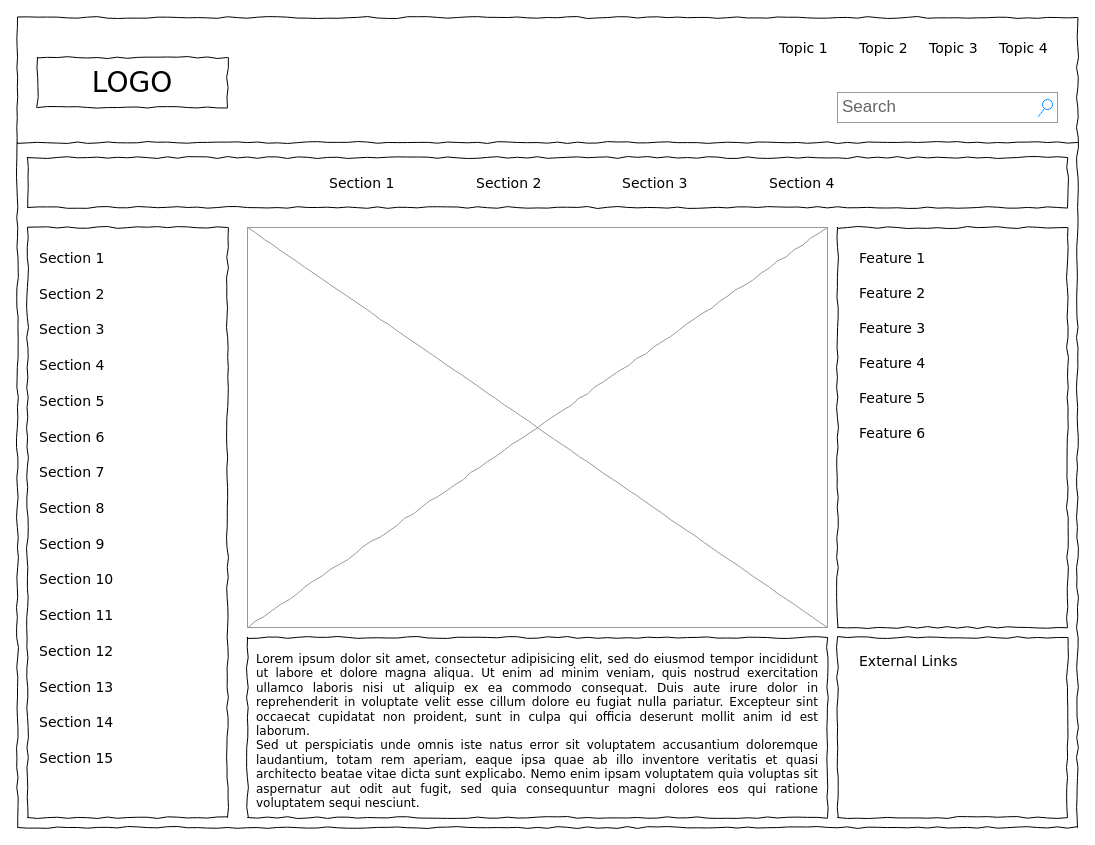
E2dwhy/supply-chain-mgt-system keeps this draw.io diagram as Untitled Diagram.drawio. Above is the earlier version. Source tidied: cells renumbered, new cells numbered last; positions are measured from the earlier drawing's top-left corner, leaving out a move shared by most shapes. Both pictures are drawn from the tidied source at 100%, with x=0, y=0 at pixel (17, 17).
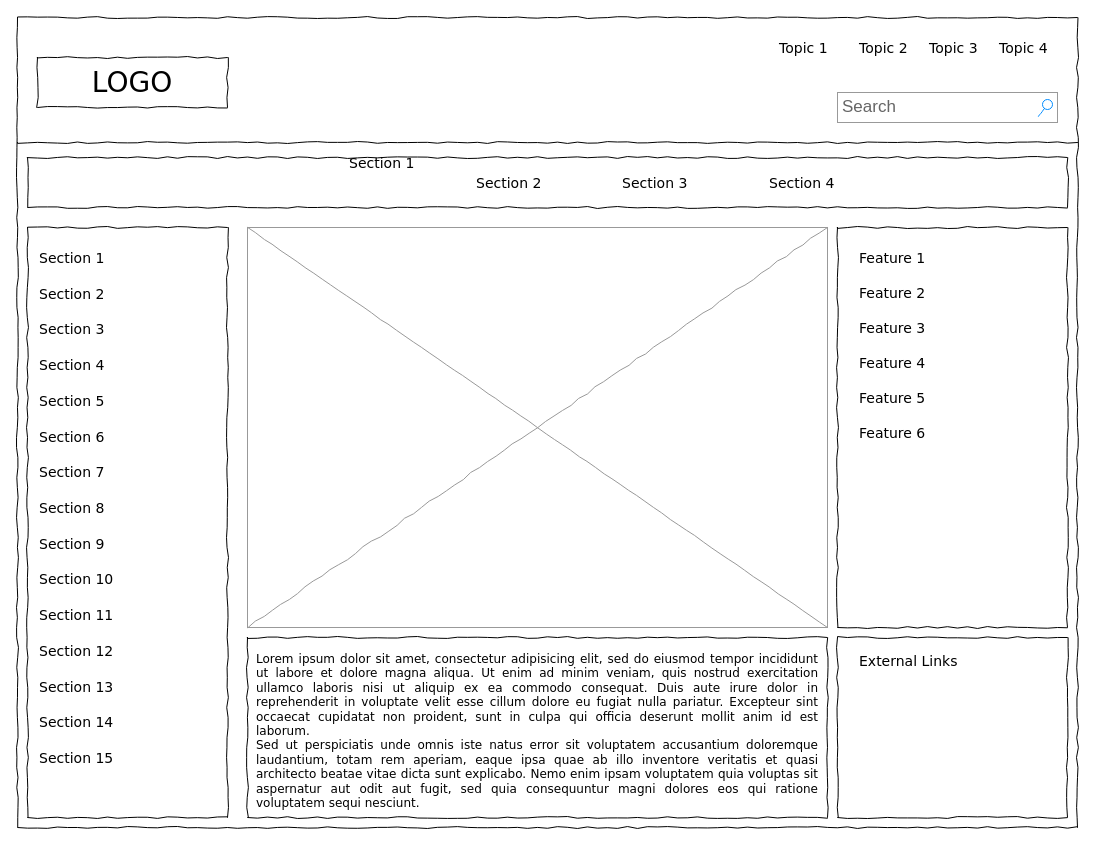
The same diagram, later.

Commit message:
SUPLLY CHAIN MGT SYSTEM

What changed in the source:
```diff
@@
-    <mxCell id="12" value="Section 1" style="text;html=1;align=left;verticalAlign=top;spacingTop=-4;fontSize=14;fontFamily=Verdana;" parent="1" vertex="1">
-      <mxGeometry x="310" y="155" width="60" height="20" as="geometry" />
+    <mxCell id="12" value="Section 1" style="text;html=1;align=left;verticalAlign=top;spacingTop=-4;fontSize=14;fontFamily=Verdana;direction=south;" parent="1" vertex="1">
+      <mxGeometry x="330" y="135" width="20" height="60" as="geometry" />
     </mxCell>
```
